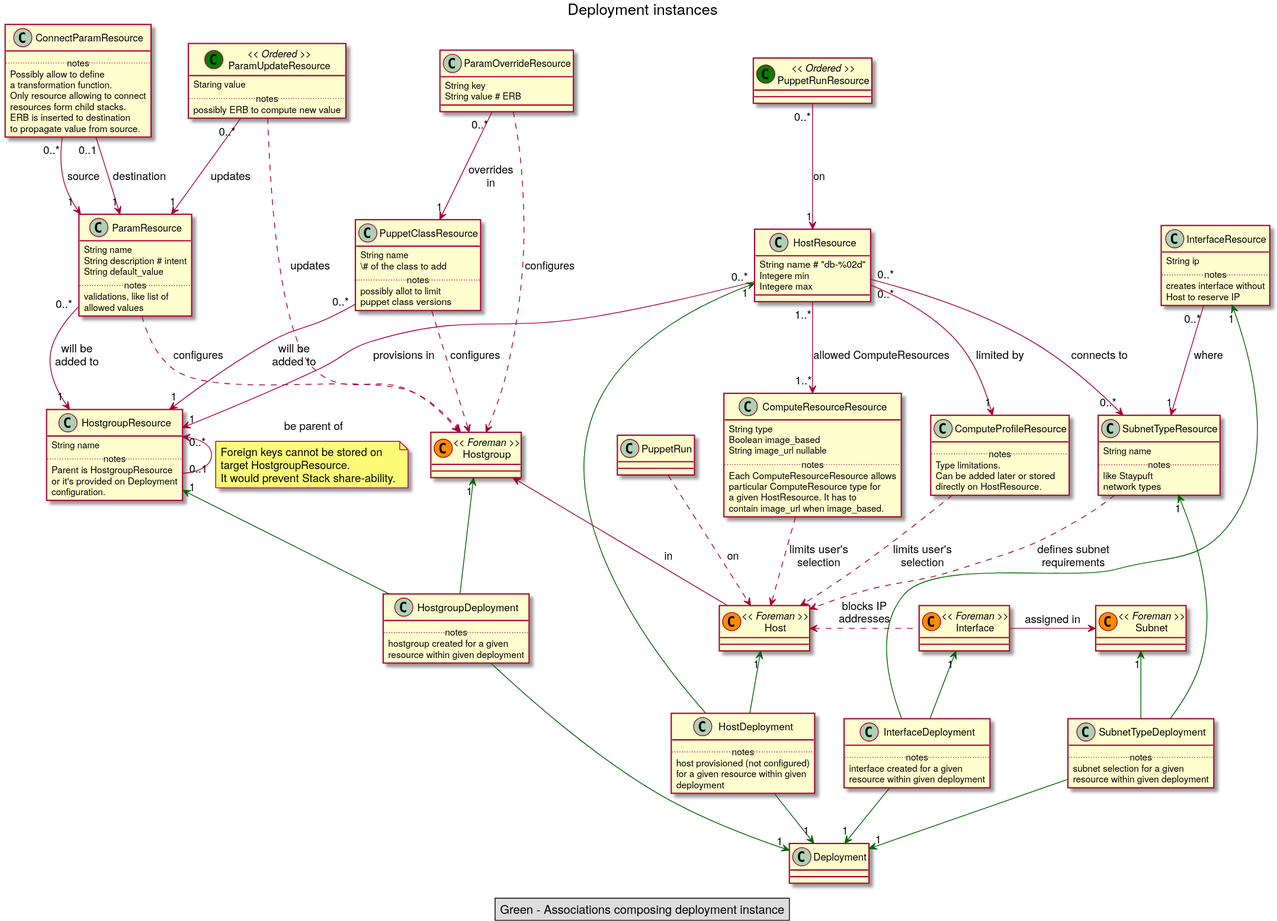
The PlantUML diagram doc/model/deployment.svg in theforeman/foreman, before a commit. Its source is kept beside it as doc/model/deployment.puml.
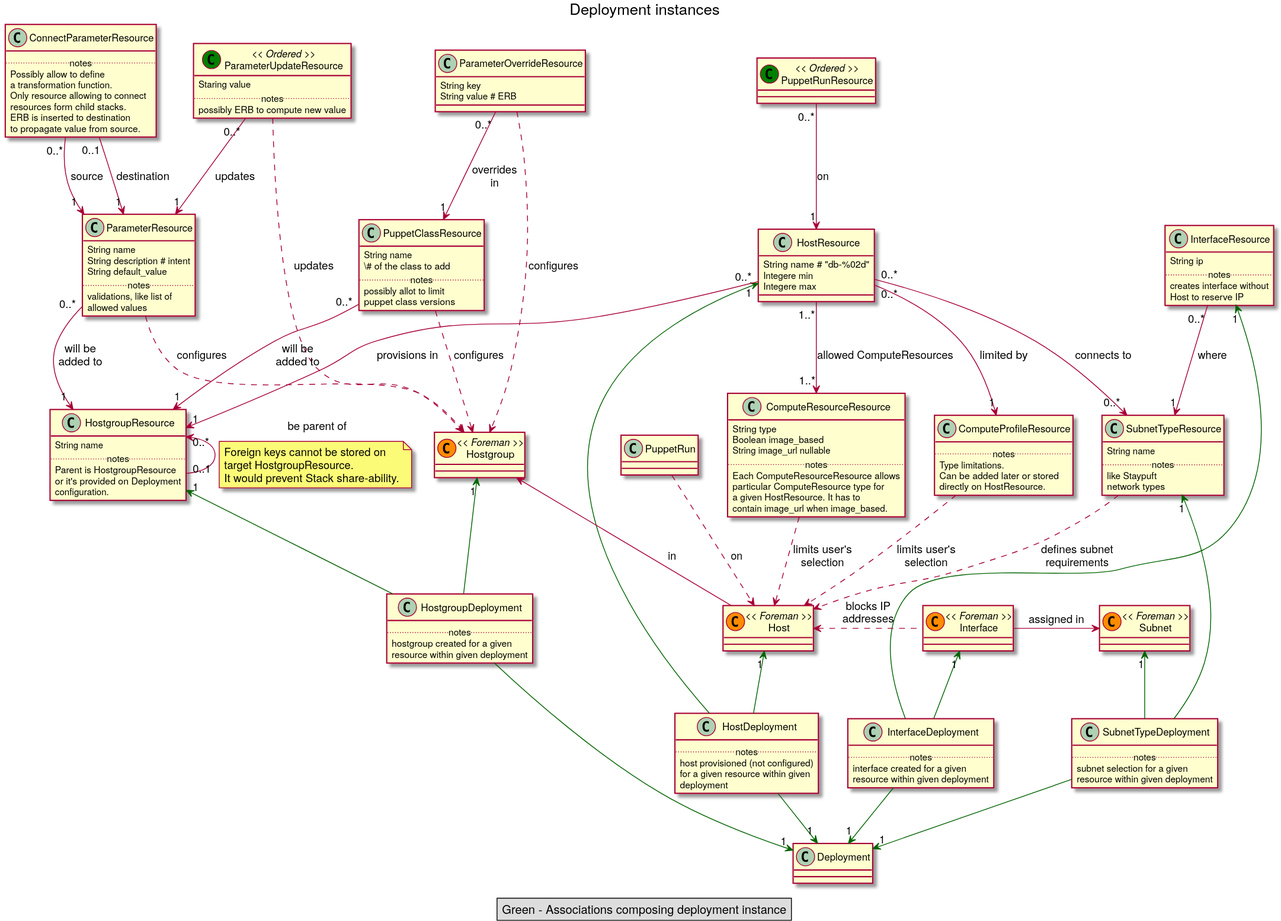
The same diagram one commit later.

The edit, as a diff of the source:
```diff
@@ -25,8 +25,8 @@
 HostgroupDeployment -up[#DEPLOYCOLOR]-> "1" Hostgroup
 HostgroupDeployment -up[#DEPLOYCOLOR]-> "1" HostgroupResource
 
-ParamResource ..> Hostgroup : configures
-ParamOverrideResource ..> Hostgroup : configures
+ParameterResource ..> Hostgroup : configures
+ParameterOverrideResource ..> Hostgroup : configures
 PuppetClassResource ..> Hostgroup : configures
 ComputeResourceResource ..> Host : limits user's\nselection
 ComputeProfileResource ..> Host : limits user's\nselection
@@ -63,7 +63,7 @@
 HostDeployment -up[#DEPLOYCOLOR]-> "1" Host
 HostDeployment -up[#DEPLOYCOLOR]-> "1" HostResource
 
-ParamUpdateResource ..> Hostgroup : updates
+ParameterUpdateResource ..> Hostgroup : updates
 
 PuppetRun ..> Host : on
 
```
